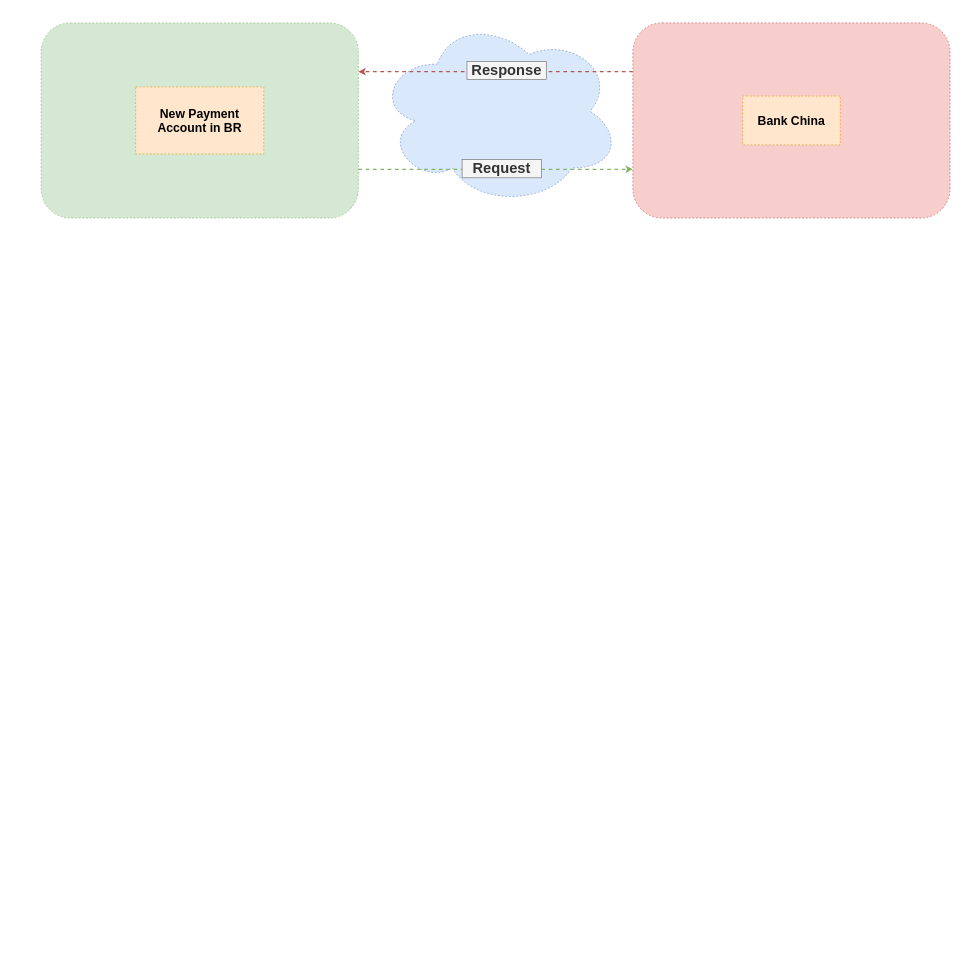
Earlier version of the draw.io diagram examples-files/ds-arq-00.drawio (ebersonra/uml). Source tidied: cells renumbered, new cells numbered last; positions are measured from the earlier drawing's top-left corner, leaving out a move shared by most shapes. Both pictures are drawn from the tidied source at 61%, with x=0, y=0 at pixel (41, 16).
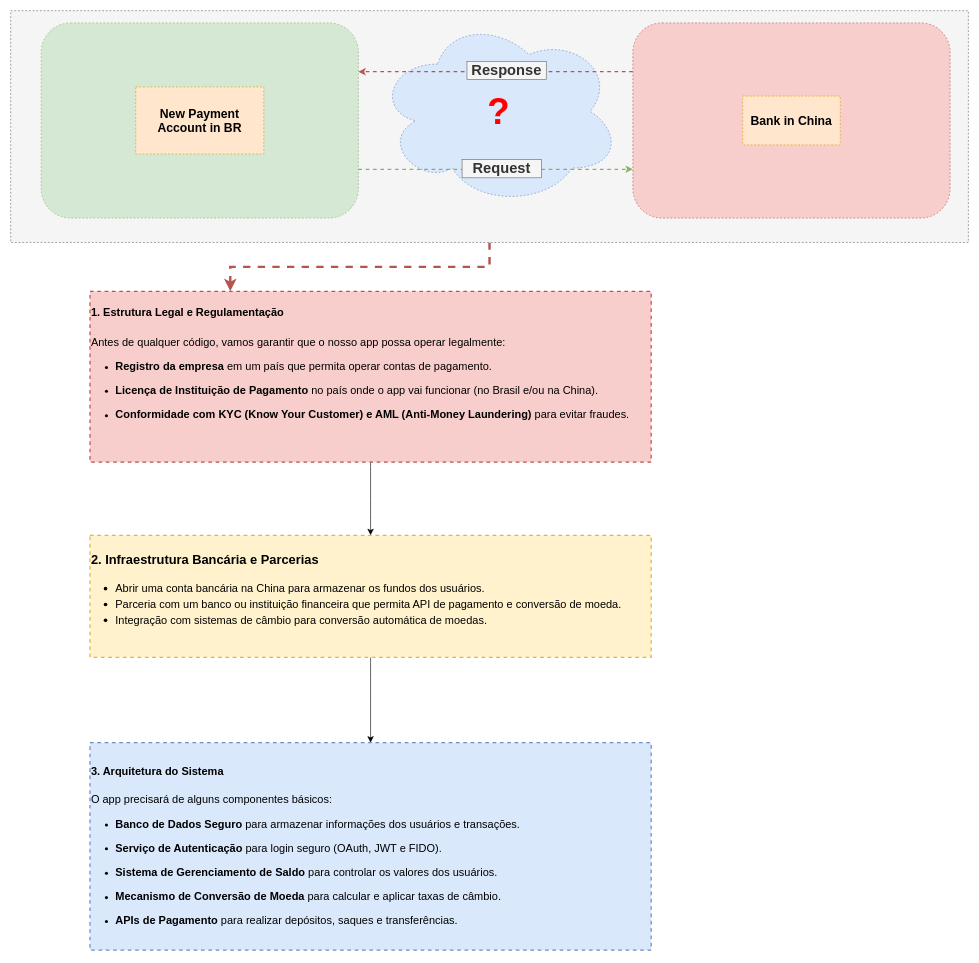
The same diagram, later.

Change to the diagram source:
```diff
@@
 <mxGraphModel>
   <root>
     <mxCell id="0" />
     <mxCell id="1" parent="0" />
+    <mxCell id="11" style="edgeStyle=none;curved=0;rounded=0;jettySize=auto;html=1;exitX=0.5;exitY=1;exitDx=0;exitDy=0;entryX=0.25;entryY=0;entryDx=0;entryDy=0;fontSize=12;startSize=8;endSize=8;strokeWidth=4;fillColor=#f8cecc;strokeColor=#b85450;dashed=1;" parent="1" edge="1" source="12" target="14">
+      <mxGeometry relative="1" as="geometry">
+        <Array as="points">
+          <mxPoint x="735" y="410" />
+          <mxPoint x="310" y="410" />
+        </Array>
+      </mxGeometry>
+    </mxCell>
+    <mxCell id="12" style="rounded=0;whiteSpace=wrap;html=1;fillColor=#f5f5f5;fontColor=#333333;strokeColor=#666666;dashed=1;" parent="1" vertex="1">
+      <mxGeometry x="-50" y="-10" width="1570" height="380" as="geometry" />
+    </mxCell>
-    <mxCell id="2" style="ellipse;shape=cloud;whiteSpace=wrap;html=1;fillColor=#dae8fc;strokeColor=#6c8ebf;dashed=1;" parent="1" vertex="1">
+    <mxCell id="2" value="&lt;font style=&quot;font-size: 60px; color: rgb(255, 0, 0);&quot;&gt;&lt;b&gt;?&lt;/b&gt;&lt;/font&gt;" style="ellipse;shape=cloud;whiteSpace=wrap;html=1;fillColor=#dae8fc;strokeColor=#6c8ebf;dashed=1;" parent="1" vertex="1">
       <mxGeometry x="550" width="400" height="310" as="geometry" />
     </mxCell>
     <mxCell id="3" style="edgeStyle=orthogonalEdgeStyle;rounded=0;jettySize=auto;html=1;exitX=1;exitY=0.75;exitDx=0;exitDy=0;entryX=0;entryY=0.75;entryDx=0;entryDy=0;strokeWidth=2;dashed=1;fillColor=#d5e8d4;strokeColor=#82b366;" parent="1" edge="1" source="4" target="6">
       <mxGeometry relative="1" as="geometry" />
     </mxCell>
     <mxCell id="4" style="rounded=1;whiteSpace=wrap;html=1;dashed=1;fillColor=#d5e8d4;strokeColor=#82b366;" parent="1" vertex="1">
       <mxGeometry y="10" width="520" height="320" as="geometry" />
     </mxCell>
     <mxCell id="5" style="edgeStyle=orthogonalEdgeStyle;rounded=0;jettySize=auto;html=1;exitX=0;exitY=0.25;exitDx=0;exitDy=0;entryX=1;entryY=0.25;entryDx=0;entryDy=0;strokeWidth=2;dashed=1;fillColor=#f8cecc;strokeColor=#b85450;" parent="1" edge="1" source="6" target="4">
       <mxGeometry relative="1" as="geometry" />
     </mxCell>
     <mxCell id="6" style="rounded=1;whiteSpace=wrap;html=1;dashed=1;fillColor=#f8cecc;strokeColor=#b85450;" parent="1" vertex="1">
       <mxGeometry x="970" y="10" width="520" height="320" as="geometry" />
     </mxCell>
-    <mxCell id="7" value="Bank China" style="text;html=1;align=center;verticalAlign=middle;whiteSpace=wrap;rounded=0;fontSize=20;fontStyle=1;fillColor=#ffe6cc;strokeColor=#d79b00;dashed=1;" parent="1" vertex="1">
+    <mxCell id="7" value="Bank in China" style="text;html=1;align=center;verticalAlign=middle;whiteSpace=wrap;rounded=0;fontSize=20;fontStyle=1;fillColor=#ffe6cc;strokeColor=#d79b00;dashed=1;" parent="1" vertex="1">
       <mxGeometry x="1150" y="130" width="160" height="80" as="geometry" />
     </mxCell>
     <mxCell id="8" value="New Payment Account in BR" style="text;html=1;align=center;verticalAlign=middle;whiteSpace=wrap;rounded=0;fontSize=20;fontStyle=1;fillColor=#ffe6cc;strokeColor=#d79b00;dashed=1;" parent="1" vertex="1">
       <mxGeometry x="155" y="115" width="210" height="110" as="geometry" />
     </mxCell>
     <mxCell id="9" value="Request" style="text;html=1;align=center;verticalAlign=middle;whiteSpace=wrap;rounded=0;fontSize=24;fontStyle=1;fillColor=#f5f5f5;fontColor=#333333;strokeColor=#666666;" parent="1" vertex="1">
       <mxGeometry x="690" y="234" width="130" height="30" as="geometry" />
     </mxCell>
     <mxCell id="10" value="Response" style="text;html=1;align=center;verticalAlign=middle;whiteSpace=wrap;rounded=0;fontSize=24;fontStyle=1;fillColor=#f5f5f5;strokeColor=#666666;fontColor=#333333;" parent="1" vertex="1">
       <mxGeometry x="698" y="73" width="130" height="30" as="geometry" />
     </mxCell>
+    <mxCell id="13" style="edgeStyle=none;curved=1;rounded=0;jettySize=auto;html=1;exitX=0.5;exitY=1;exitDx=0;exitDy=0;entryX=0.5;entryY=0;entryDx=0;entryDy=0;fontSize=12;startSize=8;endSize=8;" parent="1" edge="1" source="14" target="16">
+      <mxGeometry relative="1" as="geometry" />
+    </mxCell>
+    <mxCell id="14" value="&lt;h1 style=&quot;margin-top: 0px;&quot;&gt;&lt;strong style=&quot;background-color: transparent; color: light-dark(rgb(0, 0, 0), rgb(255, 255, 255)); font-size: 18px;&quot;&gt;1. Estrutura Legal e Regulamentação&lt;/strong&gt;&lt;/h1&gt;&lt;p class=&quot;&quot;&gt;Antes de qualquer código, vamos garantir que o nosso app possa operar legalmente:&lt;/p&gt;&lt;ul&gt;&lt;li class=&quot;&quot;&gt;&lt;p class=&quot;&quot;&gt;&lt;strong&gt;Registro da empresa&lt;/strong&gt; em um país que permita operar contas de pagamento.&lt;/p&gt;&lt;/li&gt;&lt;li class=&quot;&quot;&gt;&lt;p class=&quot;&quot;&gt;&lt;strong&gt;Licença de Instituição de Pagamento&lt;/strong&gt; no país onde o app vai funcionar (no Brasil e/ou na China).&lt;/p&gt;&lt;/li&gt;&lt;li class=&quot;&quot;&gt;&lt;p class=&quot;&quot;&gt;&lt;strong&gt;Conformidade com KYC (Know Your Customer) e AML (Anti-Money Laundering)&lt;/strong&gt; para evitar fraudes.&lt;/p&gt;&lt;/li&gt;&lt;/ul&gt;" style="text;html=1;whiteSpace=wrap;overflow=hidden;rounded=0;strokeColor=#b85450;dashed=1;fillColor=#f8cecc;fontSize=18;fontFamily=Helvetica;strokeWidth=2;" parent="1" vertex="1">
+      <mxGeometry x="80" y="450" width="920" height="280" as="geometry" />
+    </mxCell>
+    <mxCell id="15" style="edgeStyle=none;curved=1;rounded=0;jettySize=auto;html=1;exitX=0.5;exitY=1;exitDx=0;exitDy=0;fontSize=12;startSize=8;endSize=8;" parent="1" edge="1" source="16" target="17">
+      <mxGeometry relative="1" as="geometry" />
+    </mxCell>
+    <mxCell id="16" value="&lt;h3 class=&quot;&quot;&gt;&lt;strong&gt;2. Infraestrutura Bancária e Parcerias&lt;/strong&gt;&lt;/h3&gt;&lt;h3 class=&quot;&quot;&gt;&lt;ul&gt;&lt;li&gt;&lt;span style=&quot;font-weight: normal;&quot;&gt;&lt;span style=&quot;background-color: transparent; color: light-dark(rgb(0, 0, 0), rgb(255, 255, 255)); font-size: 18px;&quot;&gt;Abrir uma conta bancária na China&lt;/span&gt;&lt;span style=&quot;background-color: transparent; color: light-dark(rgb(0, 0, 0), rgb(255, 255, 255)); font-size: 18px;&quot;&gt; para armazenar os fundos dos usuários.&lt;/span&gt;&lt;/span&gt;&lt;/li&gt;&lt;li&gt;&lt;span style=&quot;font-weight: normal;&quot;&gt;&lt;span style=&quot;background-color: transparent; color: light-dark(rgb(0, 0, 0), rgb(255, 255, 255)); font-size: 18px;&quot;&gt;Parceria com um banco ou instituição financeira&lt;/span&gt;&lt;span style=&quot;background-color: transparent; color: light-dark(rgb(0, 0, 0), rgb(255, 255, 255)); font-size: 18px;&quot;&gt; que permita API de pagamento e conversão de moeda.&lt;/span&gt;&lt;/span&gt;&lt;/li&gt;&lt;li&gt;&lt;span style=&quot;font-weight: normal;&quot;&gt;&lt;span style=&quot;background-color: transparent; color: light-dark(rgb(0, 0, 0), rgb(255, 255, 255)); font-size: 18px;&quot;&gt;Integração com sistemas de câmbio&lt;/span&gt;&lt;span style=&quot;background-color: transparent; color: light-dark(rgb(0, 0, 0), rgb(255, 255, 255)); font-size: 18px;&quot;&gt; para conversão automática de moedas.&lt;/span&gt;&lt;/span&gt;&lt;/li&gt;&lt;/ul&gt;&lt;/h3&gt;" style="text;html=1;whiteSpace=wrap;overflow=hidden;rounded=0;strokeColor=#d6b656;dashed=1;fillColor=#fff2cc;fontSize=18;fontFamily=Helvetica;strokeWidth=2;" parent="1" vertex="1">
+      <mxGeometry x="80" y="850" width="920" height="200" as="geometry" />
+    </mxCell>
+    <mxCell id="17" value="&lt;h3 class=&quot;&quot;&gt;&lt;/h3&gt;&lt;h2&gt;&lt;span style=&quot;background-color: transparent; color: light-dark(rgb(0, 0, 0), rgb(255, 255, 255)); font-size: 18px;&quot;&gt;3. Arquitetura do Sistema&lt;/span&gt;&lt;/h2&gt;&lt;div&gt;&lt;p class=&quot;&quot;&gt;O app precisará de alguns componentes básicos:&lt;/p&gt;&lt;ul&gt;&lt;li class=&quot;&quot;&gt;&lt;p class=&quot;&quot;&gt;&lt;strong&gt;Banco de Dados Seguro&lt;/strong&gt; para armazenar informações dos usuários e transações.&lt;/p&gt;&lt;/li&gt;&lt;li class=&quot;&quot;&gt;&lt;p class=&quot;&quot;&gt;&lt;strong&gt;Serviço de Autenticação&lt;/strong&gt; para login seguro (OAuth, JWT e FIDO).&lt;/p&gt;&lt;/li&gt;&lt;li class=&quot;&quot;&gt;&lt;p class=&quot;&quot;&gt;&lt;strong&gt;Sistema de Gerenciamento de Saldo&lt;/strong&gt; para controlar os valores dos usuários.&lt;/p&gt;&lt;/li&gt;&lt;li class=&quot;&quot;&gt;&lt;p class=&quot;&quot;&gt;&lt;strong&gt;Mecanismo de Conversão de Moeda&lt;/strong&gt; para calcular e aplicar taxas de câmbio.&lt;/p&gt;&lt;/li&gt;&lt;li class=&quot;&quot;&gt;&lt;p class=&quot;&quot;&gt;&lt;strong&gt;APIs de Pagamento&lt;/strong&gt; para realizar depósitos, saques e transferências.&lt;/p&gt;&lt;/li&gt;&lt;/ul&gt;&lt;/div&gt;" style="text;html=1;whiteSpace=wrap;overflow=hidden;rounded=0;strokeColor=#6c8ebf;dashed=1;fillColor=#dae8fc;fontSize=18;fontFamily=Helvetica;strokeWidth=2;" parent="1" vertex="1">
+      <mxGeometry x="80" y="1190" width="920" height="340" as="geometry" />
+    </mxCell>
   </root>
 </mxGraphModel>
```
